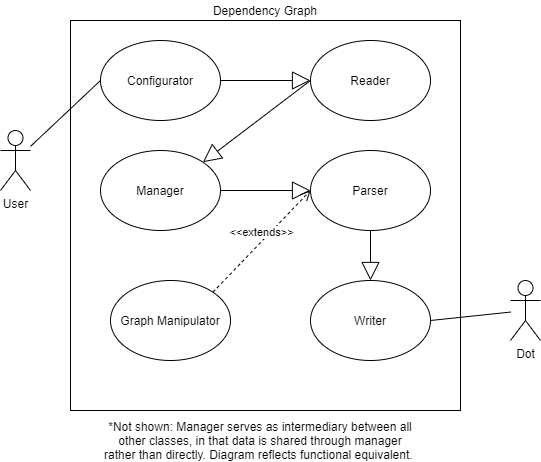
AVanDeBrook/c-dependency-graph keeps this draw.io diagram as wiki/images/UseCaseDiagram.png. Above is the earlier version. Source tidied: cells renumbered, new cells last; positions are measured from the earlier drawing's top-left corner, leaving out a move shared by most shapes. Source of this version:
```xml
<mxGraphModel>
  <root>
    <mxCell id="0" />
    <mxCell id="1" parent="0" />
    <mxCell id="2" value="User" style="shape=umlActor;verticalLabelPosition=bottom;verticalAlign=top;html=1;outlineConnect=0;" parent="1" vertex="1">
      <mxGeometry y="130" width="30" height="60" as="geometry" />
    </mxCell>
    <mxCell id="3" style="whiteSpace=wrap;html=1;" parent="1" vertex="1">
      <mxGeometry x="70" y="20" width="390" height="390" as="geometry" />
    </mxCell>
    <mxCell id="4" value="Parser" style="ellipse;whiteSpace=wrap;html=1;" parent="1" vertex="1">
      <mxGeometry x="310" y="150" width="120" height="80" as="geometry" />
    </mxCell>
    <mxCell id="5" value="Reader" style="ellipse;whiteSpace=wrap;html=1;" parent="1" vertex="1">
      <mxGeometry x="310" y="40" width="120" height="80" as="geometry" />
    </mxCell>
    <mxCell id="6" value="Configurator" style="ellipse;whiteSpace=wrap;html=1;" parent="1" vertex="1">
      <mxGeometry x="100" y="40" width="120" height="80" as="geometry" />
    </mxCell>
    <mxCell id="7" value="Writer" style="ellipse;whiteSpace=wrap;html=1;" parent="1" vertex="1">
      <mxGeometry x="310" y="280" width="120" height="80" as="geometry" />
    </mxCell>
    <mxCell id="8" value="Graph Manipulator" style="ellipse;whiteSpace=wrap;html=1;" parent="1" vertex="1">
      <mxGeometry x="110" y="280" width="120" height="80" as="geometry" />
    </mxCell>
    <mxCell id="9" value="Dot" style="shape=umlActor;verticalLabelPosition=bottom;verticalAlign=top;html=1;outlineConnect=0;" parent="1" vertex="1">
      <mxGeometry x="510" y="280" width="30" height="60" as="geometry" />
    </mxCell>
    <mxCell id="10" style="endArrow=none;html=1;entryX=0;entryY=0.5;entryDx=0;entryDy=0;" parent="1" edge="1" source="2" target="6">
      <mxGeometry relative="1" as="geometry" />
    </mxCell>
    <mxCell id="11" value="Manager" style="ellipse;whiteSpace=wrap;html=1;" parent="1" vertex="1">
      <mxGeometry x="100" y="150" width="120" height="80" as="geometry" />
    </mxCell>
    <mxCell id="12" value="&amp;lt;&amp;lt;extends&amp;gt;&amp;gt;" style="html=1;verticalAlign=bottom;endArrow=open;dashed=1;endSize=8;entryX=0;entryY=0.5;entryDx=0;entryDy=0;exitX=1;exitY=0;exitDx=0;exitDy=0;" parent="1" edge="1" source="8" target="4">
      <mxGeometry relative="1" as="geometry" />
    </mxCell>
    <mxCell id="13" style="endArrow=block;endSize=16;endFill=0;html=1;exitX=0.5;exitY=1;exitDx=0;exitDy=0;" parent="1" edge="1" source="4" target="7">
      <mxGeometry relative="1" as="geometry" />
    </mxCell>
    <mxCell id="14" style="endArrow=block;endSize=16;endFill=0;html=1;exitX=0;exitY=0.5;exitDx=0;exitDy=0;entryX=1;entryY=0;entryDx=0;entryDy=0;" parent="1" edge="1" source="5" target="11">
      <mxGeometry relative="1" as="geometry" />
    </mxCell>
    <mxCell id="15" style="endArrow=block;endSize=16;endFill=0;html=1;exitX=1;exitY=0.5;exitDx=0;exitDy=0;entryX=0;entryY=0.5;entryDx=0;entryDy=0;" parent="1" edge="1" source="6" target="5">
      <mxGeometry relative="1" as="geometry" />
    </mxCell>
    <mxCell id="16" style="endArrow=block;endSize=16;endFill=0;html=1;exitX=1;exitY=0.5;exitDx=0;exitDy=0;" parent="1" edge="1" source="11">
      <mxGeometry relative="1" as="geometry">
        <mxPoint x="310" y="190" as="targetPoint" />
      </mxGeometry>
    </mxCell>
    <mxCell id="17" style="endArrow=none;html=1;exitX=1;exitY=0.5;exitDx=0;exitDy=0;" parent="1" edge="1" source="7" target="9">
      <mxGeometry relative="1" as="geometry" />
    </mxCell>
    <mxCell id="18" value="Dependency Graph" style="text;html=1;strokeColor=none;fillColor=none;align=center;verticalAlign=middle;whiteSpace=wrap;rounded=0;" parent="1" vertex="1">
      <mxGeometry x="210" width="110" height="20" as="geometry" />
    </mxCell>
    <mxCell id="19" value="*Not shown: Manager serves as intermediary between all other classes, in that data is shared through manager rather than directly. Diagram reflects functional equivalent.&amp;nbsp;" style="text;html=1;strokeColor=none;fillColor=none;align=center;verticalAlign=middle;whiteSpace=wrap;rounded=0;" parent="1" vertex="1">
      <mxGeometry x="100" y="430" width="320" height="20" as="geometry" />
    </mxCell>
  </root>
</mxGraphModel>
```
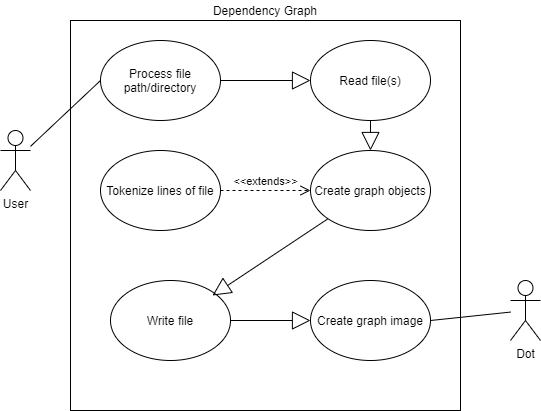
Later version of the same file.

Commit message:
update use case diagram

Diff of the diagram source:
```diff
@@ -8,19 +8,19 @@
     <mxCell id="3" style="whiteSpace=wrap;html=1;" parent="1" vertex="1">
       <mxGeometry x="70" y="20" width="390" height="390" as="geometry" />
     </mxCell>
-    <mxCell id="4" value="Parser" style="ellipse;whiteSpace=wrap;html=1;" parent="1" vertex="1">
+    <mxCell id="4" value="Create graph objects" style="ellipse;whiteSpace=wrap;html=1;" parent="1" vertex="1">
       <mxGeometry x="310" y="150" width="120" height="80" as="geometry" />
     </mxCell>
-    <mxCell id="5" value="Reader" style="ellipse;whiteSpace=wrap;html=1;" parent="1" vertex="1">
+    <mxCell id="5" value="Read file(s)" style="ellipse;whiteSpace=wrap;html=1;" parent="1" vertex="1">
       <mxGeometry x="310" y="40" width="120" height="80" as="geometry" />
     </mxCell>
-    <mxCell id="6" value="Configurator" style="ellipse;whiteSpace=wrap;html=1;" parent="1" vertex="1">
+    <mxCell id="6" value="Process file path/directory" style="ellipse;whiteSpace=wrap;html=1;" parent="1" vertex="1">
       <mxGeometry x="100" y="40" width="120" height="80" as="geometry" />
     </mxCell>
-    <mxCell id="7" value="Writer" style="ellipse;whiteSpace=wrap;html=1;" parent="1" vertex="1">
+    <mxCell id="7" value="Create graph image" style="ellipse;whiteSpace=wrap;html=1;" parent="1" vertex="1">
       <mxGeometry x="310" y="280" width="120" height="80" as="geometry" />
     </mxCell>
-    <mxCell id="8" value="Graph Manipulator" style="ellipse;whiteSpace=wrap;html=1;" parent="1" vertex="1">
+    <mxCell id="8" value="Write file" style="ellipse;whiteSpace=wrap;html=1;" parent="1" vertex="1">
       <mxGeometry x="110" y="280" width="120" height="80" as="geometry" />
     </mxCell>
     <mxCell id="9" value="Dot" style="shape=umlActor;verticalLabelPosition=bottom;verticalAlign=top;html=1;outlineConnect=0;" parent="1" vertex="1">
@@ -29,34 +29,31 @@
     <mxCell id="10" style="endArrow=none;html=1;entryX=0;entryY=0.5;entryDx=0;entryDy=0;" parent="1" edge="1" source="2" target="6">
       <mxGeometry relative="1" as="geometry" />
     </mxCell>
-    <mxCell id="11" value="Manager" style="ellipse;whiteSpace=wrap;html=1;" parent="1" vertex="1">
+    <mxCell id="11" value="Tokenize lines of file" style="ellipse;whiteSpace=wrap;html=1;" parent="1" vertex="1">
       <mxGeometry x="100" y="150" width="120" height="80" as="geometry" />
     </mxCell>
-    <mxCell id="12" value="&amp;lt;&amp;lt;extends&amp;gt;&amp;gt;" style="html=1;verticalAlign=bottom;endArrow=open;dashed=1;endSize=8;entryX=0;entryY=0.5;entryDx=0;entryDy=0;exitX=1;exitY=0;exitDx=0;exitDy=0;" parent="1" edge="1" source="8" target="4">
-      <mxGeometry relative="1" as="geometry" />
-    </mxCell>
-    <mxCell id="13" style="endArrow=block;endSize=16;endFill=0;html=1;exitX=0.5;exitY=1;exitDx=0;exitDy=0;" parent="1" edge="1" source="4" target="7">
-      <mxGeometry relative="1" as="geometry" />
-    </mxCell>
-    <mxCell id="14" style="endArrow=block;endSize=16;endFill=0;html=1;exitX=0;exitY=0.5;exitDx=0;exitDy=0;entryX=1;entryY=0;entryDx=0;entryDy=0;" parent="1" edge="1" source="5" target="11">
-      <mxGeometry relative="1" as="geometry" />
-    </mxCell>
-    <mxCell id="15" style="endArrow=block;endSize=16;endFill=0;html=1;exitX=1;exitY=0.5;exitDx=0;exitDy=0;entryX=0;entryY=0.5;entryDx=0;entryDy=0;" parent="1" edge="1" source="6" target="5">
-      <mxGeometry relative="1" as="geometry" />
-    </mxCell>
-    <mxCell id="16" style="endArrow=block;endSize=16;endFill=0;html=1;exitX=1;exitY=0.5;exitDx=0;exitDy=0;" parent="1" edge="1" source="11">
-      <mxGeometry relative="1" as="geometry">
-        <mxPoint x="310" y="190" as="targetPoint" />
-      </mxGeometry>
-    </mxCell>
     <mxCell id="17" style="endArrow=none;html=1;exitX=1;exitY=0.5;exitDx=0;exitDy=0;" parent="1" edge="1" source="7" target="9">
       <mxGeometry relative="1" as="geometry" />
     </mxCell>
     <mxCell id="18" value="Dependency Graph" style="text;html=1;strokeColor=none;fillColor=none;align=center;verticalAlign=middle;whiteSpace=wrap;rounded=0;" parent="1" vertex="1">
       <mxGeometry x="210" width="110" height="20" as="geometry" />
     </mxCell>
-    <mxCell id="19" value="*Not shown: Manager serves as intermediary between all other classes, in that data is shared through manager rather than directly. Diagram reflects functional equivalent.&amp;nbsp;" style="text;html=1;strokeColor=none;fillColor=none;align=center;verticalAlign=middle;whiteSpace=wrap;rounded=0;" parent="1" vertex="1">
-      <mxGeometry x="100" y="430" width="320" height="20" as="geometry" />
-    </mxCell>
+    <mxCell id="12" value="&amp;lt;&amp;lt;extends&amp;gt;&amp;gt;" style="html=1;verticalAlign=bottom;endArrow=open;dashed=1;endSize=8;entryX=0;entryY=0.5;entryDx=0;entryDy=0;exitX=1;exitY=0.5;exitDx=0;exitDy=0;" parent="1" edge="1" source="11" target="4">
+      <mxGeometry relative="1" as="geometry" />
+    </mxCell>
+    <mxCell id="15" style="endArrow=block;endSize=16;endFill=0;html=1;exitX=1;exitY=0.5;exitDx=0;exitDy=0;entryX=0;entryY=0.5;entryDx=0;entryDy=0;" parent="1" edge="1" source="6" target="5">
+      <mxGeometry relative="1" as="geometry" />
+    </mxCell>
+    <mxCell id="20" style="endArrow=block;endSize=16;endFill=0;html=1;exitX=0.5;exitY=1;exitDx=0;exitDy=0;entryX=0.5;entryY=0;entryDx=0;entryDy=0;" parent="1" edge="1" source="5" target="4">
+      <mxGeometry relative="1" as="geometry" />
+    </mxCell>
+    <mxCell id="21" style="endArrow=block;endSize=16;endFill=0;html=1;" parent="1" edge="1" source="4">
+      <mxGeometry relative="1" as="geometry">
+        <mxPoint x="212" y="295" as="targetPoint" />
+      </mxGeometry>
+    </mxCell>
+    <mxCell id="22" style="endArrow=block;endSize=16;endFill=0;html=1;exitX=1;exitY=0.5;exitDx=0;exitDy=0;entryX=0;entryY=0.5;entryDx=0;entryDy=0;" parent="1" edge="1" source="8" target="7">
+      <mxGeometry relative="1" as="geometry" />
+    </mxCell>
   </root>
 </mxGraphModel>
```
